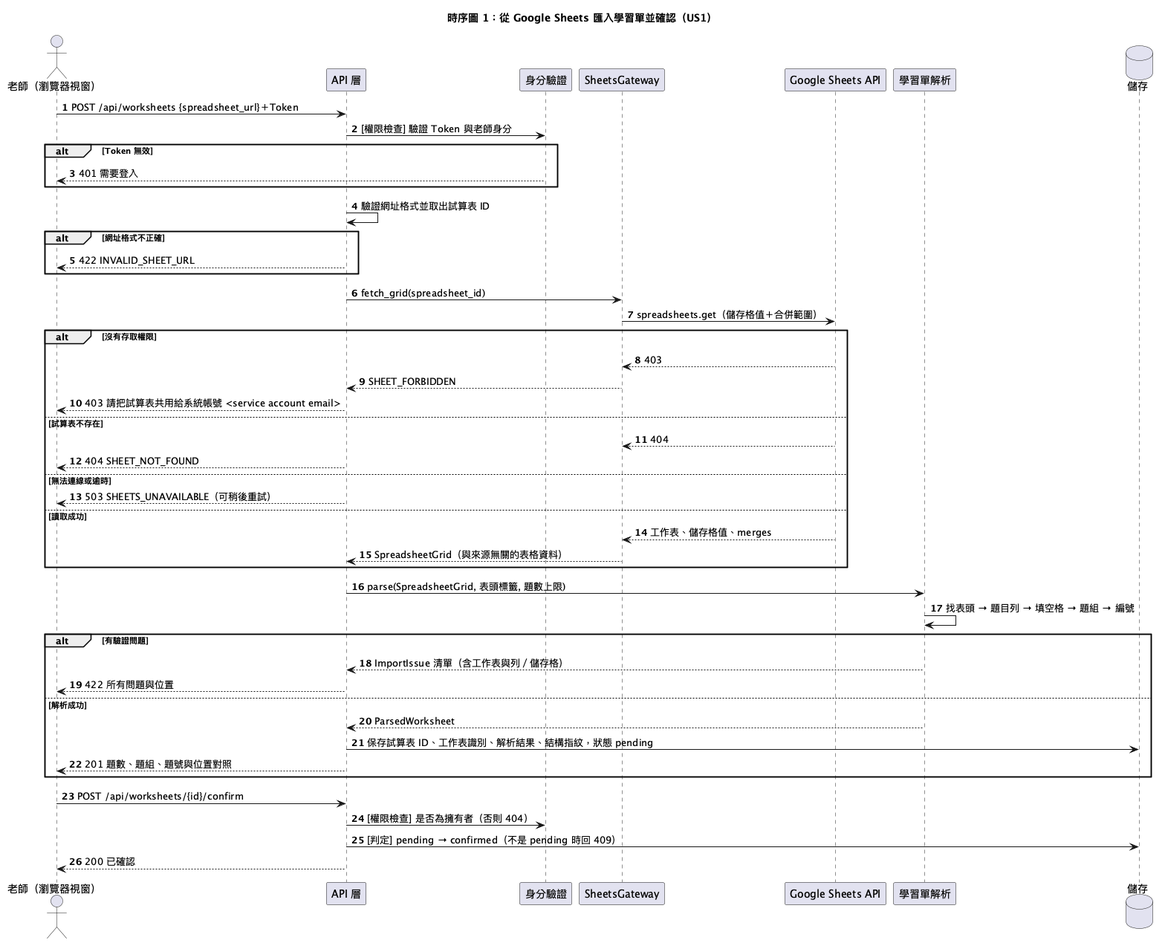
silverwind63/SEFinal keeps this PlantUML diagram as diagrams/001-guided-notes-import/01-sequence-import.png. Above is the earlier version.
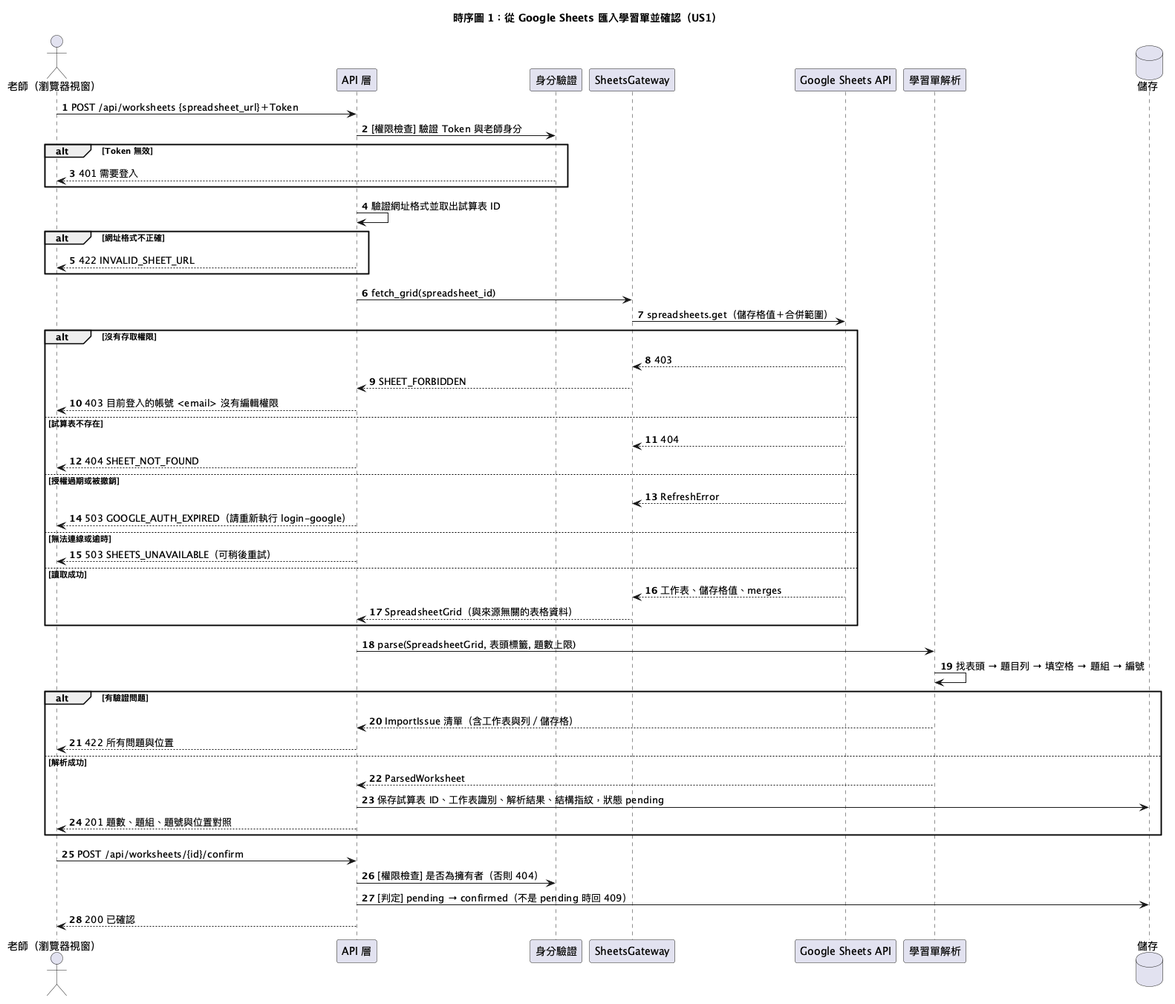
The same diagram one commit later.

Diff of the diagram source:
```diff
@@ -22,10 +22,13 @@
 alt 沒有存取權限
   GAPI --> GW : 403
   GW --> API : SHEET_FORBIDDEN
-  API --> T : 403 請把試算表共用給系統帳號 <service account email>
+  API --> T : 403 目前登入的帳號 <email> 沒有編輯權限
 else 試算表不存在
   GAPI --> GW : 404
   API --> T : 404 SHEET_NOT_FOUND
+else 授權過期或被撤銷
+  GAPI --> GW : RefreshError
+  API --> T : 503 GOOGLE_AUTH_EXPIRED（請重新執行 login-google）
 else 無法連線或逾時
   API --> T : 503 SHEETS_UNAVAILABLE（可稍後重試）
 else 讀取成功
```
